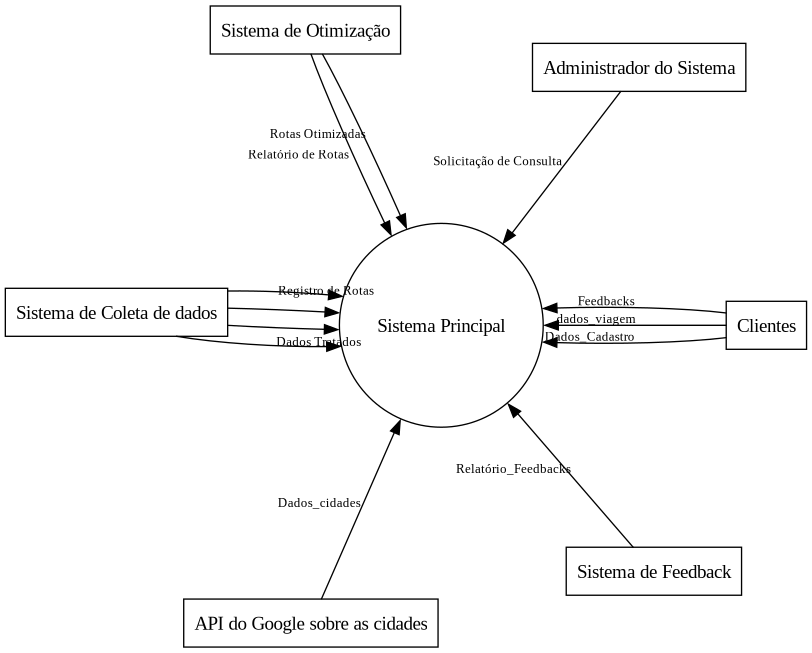
Above: Relatório/Semana-1/Diagramas/DFD0.png in pedrodilallo/site_turismo_SIG (Graphviz), before the change. Its source is kept beside it as Relatório/Semana-1/Diagramas/DFD0.gv.
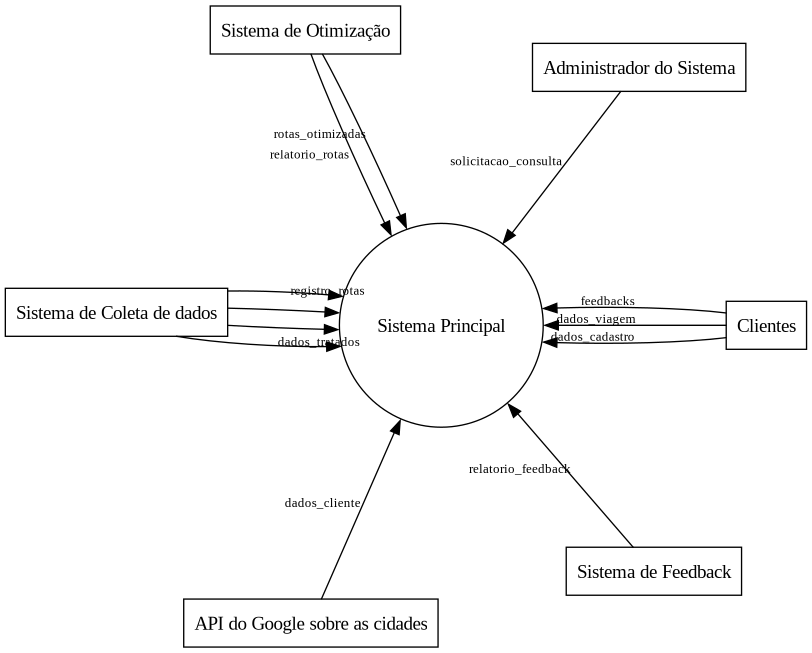
After the change.

Commit message:
Correções DFD

Diff of the diagram source:
```diff
@@ -21,23 +21,23 @@
 
 
 
-    cliente -> sistema[label="Dados_Cadastro"]
-    cliente -> sistema[label="Feedbacks"]
+    cliente -> sistema[label="dados_cadastro"]
+    cliente -> sistema[label="feedbacks"]
     cliente -> sistema[label="dados_viagem"]
 
-    sys_admin -> sistema[label="Solicitação de Consulta"]
+    sys_admin -> sistema[label="solicitacao_consulta"]
 
-    otimizador -> sistema[label="Rotas Otimizadas"]
-    otimizador -> sistema[label="Relatório de Rotas"]
+    otimizador -> sistema[label="rotas_otimizadas"]
+    otimizador -> sistema[label="relatorio_rotas"]
 
-    coletador -> sistema[headlabel="Registro de Rotas    "]
-    coletador -> sistema[headlabel="Dados Tratados       "]
+    coletador -> sistema[headlabel="registro_rotas   "]
+    coletador -> sistema[headlabel="dados_tratados       "]
     coletador -> sistema[headlabel=""]
     coletador -> sistema[headlabel=""]
 
-    API -> sistema[label="Dados_cidades"]
+    API -> sistema[label="dados_cliente"]
 
-    feedback -> sistema[label="Relatório_Feedbacks"]
+    feedback -> sistema[label="relatorio_feedback"]
 
 }
 @enduml
```
